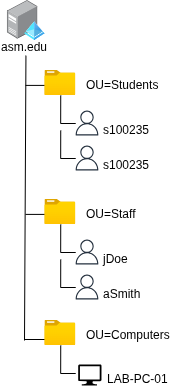
Above: active-directory-crash-course/assets/ad-01.png in asis2016/amaharjande (draw.io), before the change. Source tidied: cells renumbered, new cells last; positions are measured from the earlier drawing's top-left corner, leaving out a move shared by most shapes.
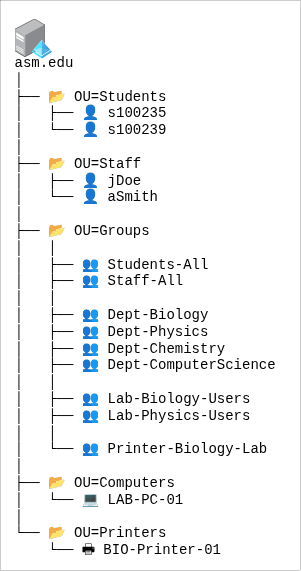
Above is the later version.

Diff of the diagram source:
```diff
@@ -2,146 +2,17 @@
   <root>
     <mxCell id="0" />
     <mxCell id="1" parent="0" />
-    <mxCell id="2" style="endArrow=none;html=1;rounded=0;fontSize=12;" parent="1" edge="1">
-      <mxGeometry relative="1" as="geometry">
-        <mxPoint x="26" y="213.9" as="sourcePoint" />
-        <mxPoint x="66" y="213.9" as="targetPoint" />
-      </mxGeometry>
-    </mxCell>
-    <mxCell id="3" style="endArrow=none;html=1;rounded=0;fontSize=12;" parent="1" edge="1">
-      <mxGeometry relative="1" as="geometry">
-        <mxPoint x="26" y="84.9" as="sourcePoint" />
-        <mxPoint x="66" y="84.9" as="targetPoint" />
-      </mxGeometry>
-    </mxCell>
-    <mxCell id="4" style="endArrow=none;html=1;rounded=0;entryX=0.376;entryY=0.911;entryDx=0;entryDy=0;entryPerimeter=0;fontSize=12;" parent="1" edge="1">
-      <mxGeometry relative="1" as="geometry">
-        <mxPoint x="25" y="340" as="sourcePoint" />
-        <mxPoint x="26.4" y="55.1" as="targetPoint" />
-      </mxGeometry>
-    </mxCell>
-    <mxCell id="5" style="image;html=1;align=left;fontSize=12;image=img/lib/azure2/general/Folder_Blank.svg;" parent="1" vertex="1">
-      <mxGeometry x="45.4" y="70" width="30.8" height="25" as="geometry" />
-    </mxCell>
-    <mxCell id="6" style="group;fontSize=12;" parent="1" vertex="1">
-      <mxGeometry x="8" width="37.5" height="40" as="geometry" />
-    </mxCell>
-    <mxCell id="7" style="image;html=1;align=center;shadow=0;dashed=0;image=img/lib/allied_telesis/computer_and_terminals/Server_Desktop.svg;fontSize=12;" parent="6" vertex="1">
-      <mxGeometry width="30.4" height="38.6" as="geometry" />
-    </mxCell>
-    <mxCell id="8" style="image;html=1;align=center;fontSize=12;image=img/lib/azure2/identity/Azure_Active_Directory.svg;" parent="6" vertex="1">
-      <mxGeometry x="17.1" y="21.4" width="20.3" height="18.6" as="geometry" />
-    </mxCell>
-    <mxCell id="9" value="&lt;span style=&quot;text-wrap-mode: nowrap; background-color: rgb(255, 255, 255);&quot;&gt;OU=Students&lt;/span&gt;" style="text;html=1;whiteSpace=wrap;strokeColor=none;fillColor=none;align=left;verticalAlign=middle;rounded=0;fontSize=12;" parent="1" vertex="1">
-      <mxGeometry x="85" y="75" width="80" height="20" as="geometry" />
-    </mxCell>
-    <mxCell id="10" style="edgeStyle=orthogonalEdgeStyle;rounded=0;orthogonalLoop=1;jettySize=auto;html=1;entryX=-0.012;entryY=0.67;entryDx=0;entryDy=0;entryPerimeter=0;endArrow=none;endFill=0;fontSize=12;" parent="1" edge="1">
-      <mxGeometry relative="1" as="geometry">
-        <mxPoint x="61.2" y="95" as="sourcePoint" />
-        <mxPoint x="76.2" y="123" as="targetPoint" />
-        <Array as="points">
-          <mxPoint x="61.2" y="123" />
-        </Array>
-      </mxGeometry>
-    </mxCell>
-    <mxCell id="11" style="group;fontSize=12;" parent="1" vertex="1">
-      <mxGeometry x="75" y="110" width="113" height="25" as="geometry" />
-    </mxCell>
-    <mxCell id="12" style="sketch=0;fontColor=#232F3E;gradientColor=none;fillColor=#232F3D;strokeColor=none;dashed=0;verticalLabelPosition=bottom;verticalAlign=top;align=center;html=1;fontSize=12;fontStyle=0;shape=mxgraph.aws4.user;" parent="11" vertex="1">
-      <mxGeometry width="25" height="25" as="geometry" />
-    </mxCell>
-    <mxCell id="13" value="s100235" style="text;html=1;whiteSpace=wrap;strokeColor=none;fillColor=none;align=left;verticalAlign=middle;rounded=0;fontSize=12;" parent="11" vertex="1">
-      <mxGeometry x="27" y="15" width="80" height="10" as="geometry" />
-    </mxCell>
-    <mxCell id="14" style="edgeStyle=orthogonalEdgeStyle;rounded=0;orthogonalLoop=1;jettySize=auto;html=1;entryX=-0.012;entryY=0.67;entryDx=0;entryDy=0;entryPerimeter=0;endArrow=none;endFill=0;fontSize=12;" parent="1" edge="1">
-      <mxGeometry relative="1" as="geometry">
-        <mxPoint x="61.2" y="130" as="sourcePoint" />
-        <mxPoint x="76.2" y="158" as="targetPoint" />
-        <Array as="points">
-          <mxPoint x="61.2" y="158" />
-        </Array>
-      </mxGeometry>
-    </mxCell>
-    <mxCell id="15" style="group;fontSize=12;" parent="1" vertex="1">
-      <mxGeometry x="75" y="145" width="113" height="25" as="geometry" />
-    </mxCell>
-    <mxCell id="16" style="sketch=0;fontColor=#232F3E;gradientColor=none;fillColor=#232F3D;strokeColor=none;dashed=0;verticalLabelPosition=bottom;verticalAlign=top;align=center;html=1;fontSize=12;fontStyle=0;shape=mxgraph.aws4.user;" parent="15" vertex="1">
-      <mxGeometry width="25" height="25" as="geometry" />
-    </mxCell>
-    <mxCell id="17" value="s100235" style="text;html=1;whiteSpace=wrap;strokeColor=none;fillColor=none;align=left;verticalAlign=middle;rounded=0;fontSize=12;" parent="15" vertex="1">
-      <mxGeometry x="27" y="15" width="80" height="10" as="geometry" />
-    </mxCell>
-    <mxCell id="18" style="image;html=1;align=left;fontSize=12;image=img/lib/azure2/general/Folder_Blank.svg;" parent="1" vertex="1">
-      <mxGeometry x="45.4" y="199" width="30.8" height="25" as="geometry" />
-    </mxCell>
-    <mxCell id="19" value="&lt;span style=&quot;text-wrap-mode: nowrap; background-color: rgb(255, 255, 255);&quot;&gt;OU=Staff&lt;/span&gt;" style="text;html=1;whiteSpace=wrap;strokeColor=none;fillColor=none;align=left;verticalAlign=middle;rounded=0;fontSize=12;" parent="1" vertex="1">
-      <mxGeometry x="85" y="204" width="80" height="20" as="geometry" />
-    </mxCell>
-    <mxCell id="20" style="edgeStyle=orthogonalEdgeStyle;rounded=0;orthogonalLoop=1;jettySize=auto;html=1;entryX=-0.012;entryY=0.67;entryDx=0;entryDy=0;entryPerimeter=0;endArrow=none;endFill=0;fontSize=12;" parent="1" edge="1">
-      <mxGeometry relative="1" as="geometry">
-        <mxPoint x="61.2" y="224" as="sourcePoint" />
-        <mxPoint x="76.2" y="252" as="targetPoint" />
-        <Array as="points">
-          <mxPoint x="61.2" y="252" />
-        </Array>
-      </mxGeometry>
-    </mxCell>
-    <mxCell id="21" style="group;fontSize=12;" parent="1" vertex="1">
-      <mxGeometry x="75" y="239" width="113" height="25" as="geometry" />
-    </mxCell>
-    <mxCell id="22" style="sketch=0;fontColor=#232F3E;gradientColor=none;fillColor=#232F3D;strokeColor=none;dashed=0;verticalLabelPosition=bottom;verticalAlign=top;align=center;html=1;fontSize=12;fontStyle=0;shape=mxgraph.aws4.user;" parent="21" vertex="1">
-      <mxGeometry width="25" height="25" as="geometry" />
-    </mxCell>
-    <mxCell id="23" value="jDoe" style="text;html=1;whiteSpace=wrap;strokeColor=none;fillColor=none;align=left;verticalAlign=middle;rounded=0;fontSize=12;" parent="21" vertex="1">
-      <mxGeometry x="27" y="15" width="80" height="10" as="geometry" />
-    </mxCell>
-    <mxCell id="24" style="edgeStyle=orthogonalEdgeStyle;rounded=0;orthogonalLoop=1;jettySize=auto;html=1;entryX=-0.012;entryY=0.67;entryDx=0;entryDy=0;entryPerimeter=0;endArrow=none;endFill=0;fontSize=12;" parent="1" edge="1">
-      <mxGeometry relative="1" as="geometry">
-        <mxPoint x="61.2" y="259" as="sourcePoint" />
-        <mxPoint x="76.2" y="287" as="targetPoint" />
-        <Array as="points">
-          <mxPoint x="61.2" y="287" />
-        </Array>
-      </mxGeometry>
-    </mxCell>
-    <mxCell id="25" style="group;fontSize=12;" parent="1" vertex="1">
-      <mxGeometry x="75" y="274" width="113" height="25" as="geometry" />
-    </mxCell>
-    <mxCell id="26" style="sketch=0;fontColor=#232F3E;gradientColor=none;fillColor=#232F3D;strokeColor=none;dashed=0;verticalLabelPosition=bottom;verticalAlign=top;align=center;html=1;fontSize=12;fontStyle=0;shape=mxgraph.aws4.user;" parent="25" vertex="1">
-      <mxGeometry width="25" height="25" as="geometry" />
-    </mxCell>
-    <mxCell id="27" value="aSmith" style="text;html=1;whiteSpace=wrap;strokeColor=none;fillColor=none;align=left;verticalAlign=middle;rounded=0;fontSize=12;" parent="25" vertex="1">
-      <mxGeometry x="27" y="15" width="80" height="10" as="geometry" />
-    </mxCell>
-    <mxCell id="28" value="&lt;span style=&quot;text-wrap-mode: nowrap; background-color: rgb(255, 255, 255);&quot;&gt;asm.edu&lt;/span&gt;" style="text;html=1;whiteSpace=wrap;strokeColor=none;fillColor=none;align=left;verticalAlign=middle;rounded=0;fontSize=12;" parent="1" vertex="1">
-      <mxGeometry x="0.5" y="37" width="50" height="20" as="geometry" />
-    </mxCell>
-    <mxCell id="29" value="&lt;span style=&quot;text-wrap-mode: nowrap; background-color: rgb(255, 255, 255);&quot;&gt;OU=Computers&lt;/span&gt;" style="text;html=1;whiteSpace=wrap;strokeColor=none;fillColor=none;align=left;verticalAlign=middle;rounded=0;fontSize=12;" parent="1" vertex="1">
-      <mxGeometry x="85" y="325" width="80" height="20" as="geometry" />
-    </mxCell>
-    <mxCell id="30" style="edgeStyle=orthogonalEdgeStyle;rounded=0;orthogonalLoop=1;jettySize=auto;html=1;entryX=-0.012;entryY=0.67;entryDx=0;entryDy=0;entryPerimeter=0;endArrow=none;endFill=0;fontSize=12;" parent="1" edge="1">
-      <mxGeometry relative="1" as="geometry">
-        <mxPoint x="61.2" y="345" as="sourcePoint" />
-        <mxPoint x="76.2" y="373" as="targetPoint" />
-        <Array as="points">
-          <mxPoint x="61.2" y="373" />
-        </Array>
-      </mxGeometry>
-    </mxCell>
-    <mxCell id="31" value="LAB-PC-01" style="text;html=1;whiteSpace=wrap;strokeColor=none;fillColor=none;align=left;verticalAlign=middle;rounded=0;fontSize=12;" parent="1" vertex="1">
-      <mxGeometry x="106" y="374" width="80" height="10" as="geometry" />
-    </mxCell>
-    <mxCell id="32" style="endArrow=none;html=1;rounded=0;entryX=0.026;entryY=0.2;entryDx=0;entryDy=0;entryPerimeter=0;fontSize=12;" parent="1" edge="1">
-      <mxGeometry relative="1" as="geometry">
-        <mxPoint x="25" y="339" as="sourcePoint" />
-        <mxPoint x="55" y="339" as="targetPoint" />
-      </mxGeometry>
-    </mxCell>
-    <mxCell id="33" style="image;html=1;align=left;fontSize=12;image=img/lib/azure2/general/Folder_Blank.svg;" parent="1" vertex="1">
-      <mxGeometry x="45.4" y="320" width="30.8" height="25" as="geometry" />
-    </mxCell>
-    <mxCell id="34" style="sketch=0;shadow=0;dashed=0;html=1;strokeColor=none;labelPosition=center;verticalLabelPosition=bottom;verticalAlign=top;align=center;fillColor=#000000;shape=mxgraph.azure.computer;fontSize=12;" parent="1" vertex="1">
-      <mxGeometry x="78.7" y="364" width="23.3" height="21" as="geometry" />
-    </mxCell>
+    <mxCell id="35" value="asm.edu&#10;│&#10;├── 📂 OU=Students&#10;│   ├── 👤 s100235&#10;│   └── 👤 s100239&#10;│&#10;├── 📂 OU=Staff&#10;│   ├── 👤 jDoe&#10;│   └── 👤 aSmith&#10;│&#10;├── 📂 OU=Groups&#10;│   │&#10;│   ├── 👥 Students-All&#10;│   ├── 👥 Staff-All&#10;│   │&#10;│   ├── 👥 Dept-Biology&#10;│   ├── 👥 Dept-Physics&#10;│   ├── 👥 Dept-Chemistry&#10;│   ├── 👥 Dept-ComputerScience&#10;│   │&#10;│   ├── 👥 Lab-Biology-Users&#10;│   ├── 👥 Lab-Physics-Users&#10;│   │&#10;│   └── 👥 Printer-Biology-Lab&#10;│&#10;├── 📂 OU=Computers&#10;│   └── 💻 LAB-PC-01&#10;│&#10;└── 📂 OU=Printers&#10;    └── 🖶 BIO-Printer-01" style="text;whiteSpace=wrap;fontFamily=Courier New;fontSize=14;spacingTop=39;spacing=10;spacingLeft=4;fillColor=default;strokeColor=default;strokeWidth=0.2;" parent="1" vertex="1">
+      <mxGeometry x="-385" y="380" width="300" height="570" as="geometry" />
+    </mxCell>
+    <mxCell id="36" style="group;fontSize=13;fontFamily=Courier New;" parent="1" vertex="1">
+      <mxGeometry x="-371" y="398" width="37.5" height="40" as="geometry" />
+    </mxCell>
+    <mxCell id="37" style="image;html=1;align=center;shadow=0;dashed=0;image=img/lib/allied_telesis/computer_and_terminals/Server_Desktop.svg;fontSize=13;fontFamily=Courier New;" parent="36" vertex="1">
+      <mxGeometry width="30.4" height="38.6" as="geometry" />
+    </mxCell>
+    <mxCell id="38" style="image;html=1;align=center;fontSize=13;image=img/lib/azure2/identity/Azure_Active_Directory.svg;fontFamily=Courier New;" parent="36" vertex="1">
+      <mxGeometry x="17.1" y="21.4" width="20.3" height="18.6" as="geometry" />
+    </mxCell>
   </root>
 </mxGraphModel>
```
